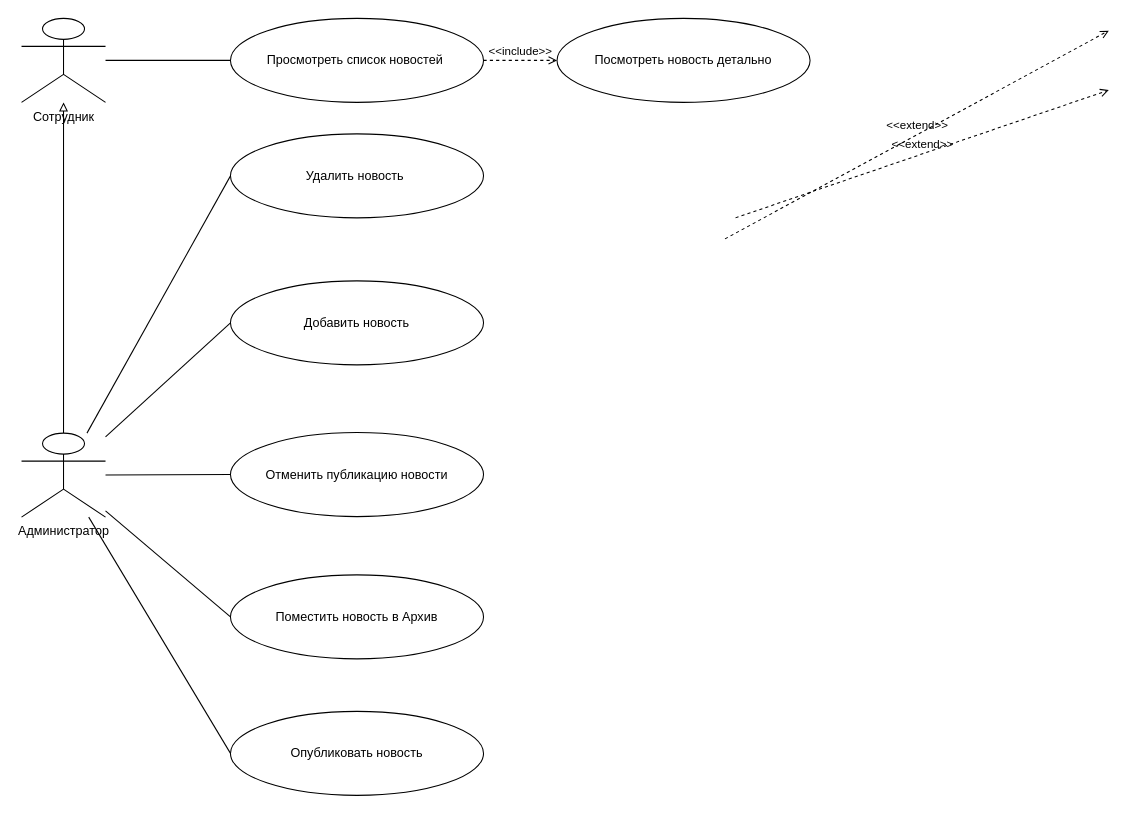
Fox5113/corporate-social-system keeps this draw.io diagram as Description/Newsfeed/Newsfeed_User.drawio. Above is the earlier version. Source tidied: cells renumbered, new cells numbered last; positions are measured from the earlier drawing's top-left corner, leaving out a move shared by most shapes. Both pictures are drawn from the tidied source at 105%, with x=0, y=0 at pixel (21, 18).
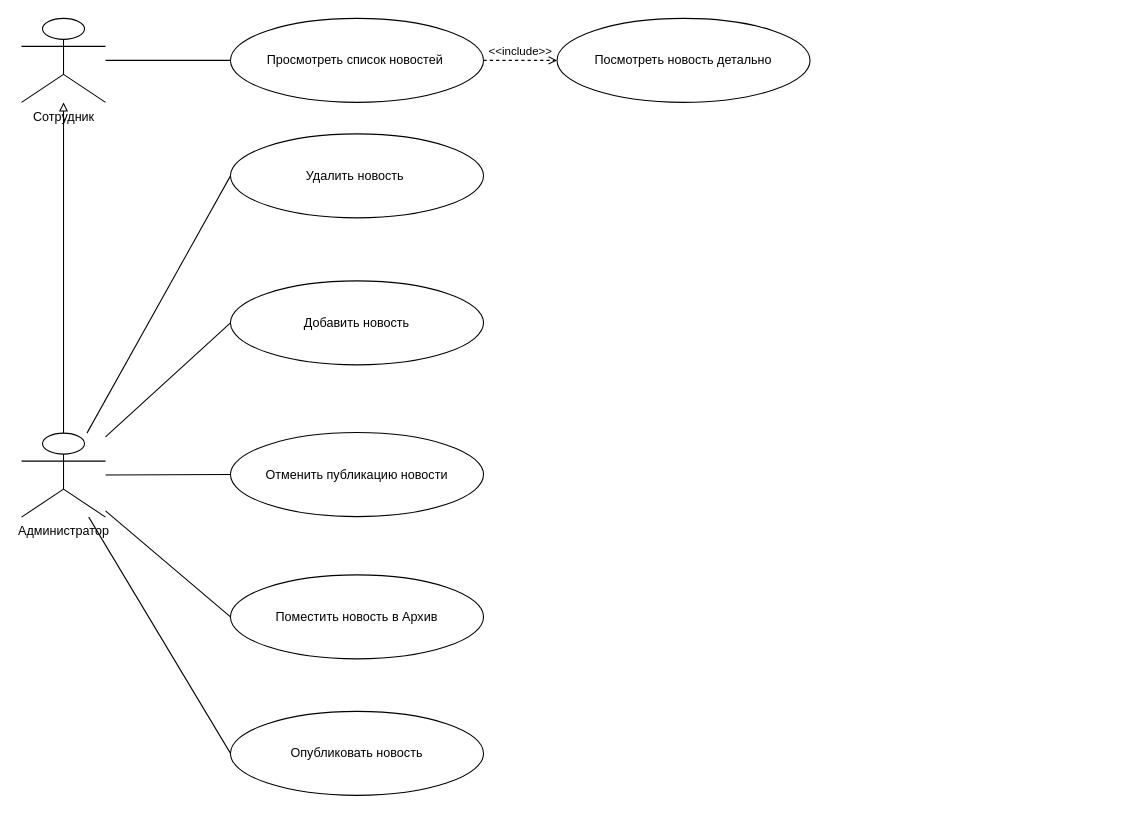
Above is the later version.

Diff of the diagram source:
```diff
@@
-    <mxCell id="10" value="&amp;lt;&amp;lt;extend&amp;gt;&amp;gt;" style="html=1;verticalAlign=bottom;labelBackgroundColor=none;endArrow=open;endFill=0;dashed=1;rounded=0;entryX=1;entryY=0;entryDx=0;entryDy=0;" parent="1" edge="1">
-      <mxGeometry relative="1" as="geometry">
-        <mxPoint x="670" y="210" as="sourcePoint" />
-        <mxPoint x="1035.5" y="11.7" as="targetPoint" />
-      </mxGeometry>
-    </mxCell>
-    <mxCell id="11" value="&amp;lt;&amp;lt;extend&amp;gt;&amp;gt;" style="html=1;verticalAlign=bottom;labelBackgroundColor=none;endArrow=open;endFill=0;dashed=1;rounded=0;entryX=1;entryY=1;entryDx=0;entryDy=0;exitX=0;exitY=0.5;exitDx=0;exitDy=0;" parent="1" edge="1">
-      <mxGeometry relative="1" as="geometry">
-        <mxPoint x="680" y="190" as="sourcePoint" />
-        <mxPoint x="1035.5" y="68.3" as="targetPoint" />
-      </mxGeometry>
-    </mxCell>
```
